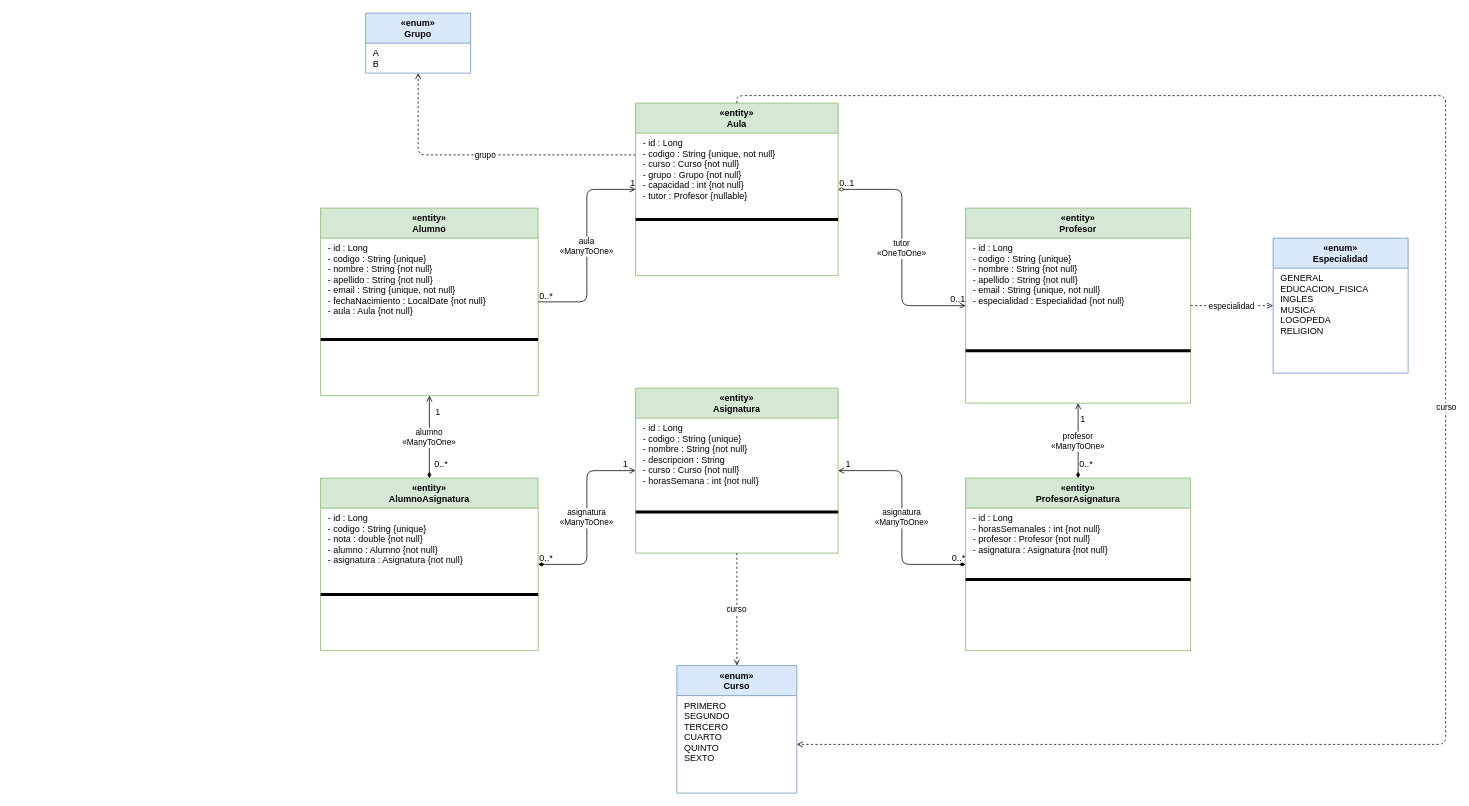
The draw.io diagram UML.drawio in guille463/AulaNet, before the edit. Source tidied: cells renumbered, new cells numbered last; positions are measured from the earlier drawing's top-left corner, leaving out a move shared by most shapes. Both pictures are drawn from the tidied source at 75%, with x=0, y=0 at pixel (320, 13).
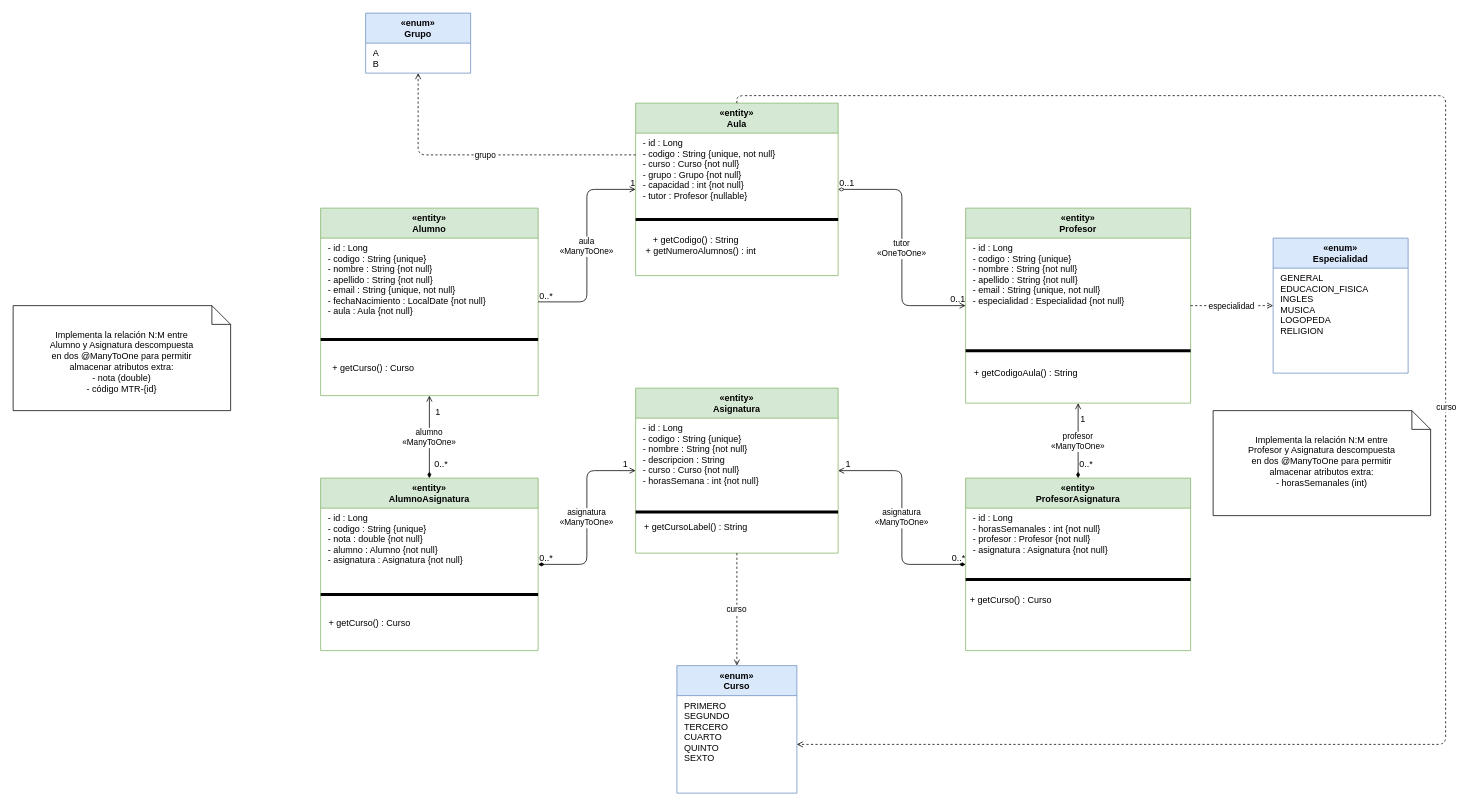
After the change.

Commit message:
docs: anotacion de las relaciones M:N y metodos relevantes

Unchanged cells that the change refers to:
```xml
<mxCell id="8" value="«entity»&#10;Aula" style="swimlane;startSize=40;fontStyle=1;align=center;fillColor=#d5e8d4;strokeColor=#82b366;" parent="1" vertex="1">
  <mxGeometry x="420" y="120" width="270" height="230" as="geometry" />
</mxCell>
<mxCell id="14" value="«entity»&#10;Asignatura" style="swimlane;startSize=40;fontStyle=1;align=center;fillColor=#d5e8d4;strokeColor=#82b366;" parent="1" vertex="1">
  <mxGeometry x="420" y="500" width="270" height="220" as="geometry" />
</mxCell>
<mxCell id="17" value="«entity»&#10;Profesor" style="swimlane;startSize=40;fontStyle=1;align=center;fillColor=#d5e8d4;strokeColor=#82b366;" parent="1" vertex="1">
  <mxGeometry x="860" y="260" width="300" height="260" as="geometry" />
</mxCell>
<mxCell id="20" value="«entity»&#10;AlumnoAsignatura" style="swimlane;startSize=40;fontStyle=1;align=center;fillColor=#d5e8d4;strokeColor=#82b366;" parent="1" vertex="1">
  <mxGeometry y="620" width="290" height="230" as="geometry" />
</mxCell>
```

Diff of the diagram source:
```diff
@@
+    <mxCell id="49" value="&lt;div&gt;&lt;font color=&quot;#000000&quot;&gt;+ getCodigo() : String&amp;nbsp; &amp;nbsp; &amp;nbsp;&amp;nbsp;&lt;/font&gt;&lt;/div&gt;&lt;div&gt;&lt;font color=&quot;#000000&quot;&gt;+ getNumeroAlumnos() : int&amp;nbsp;&amp;nbsp;&lt;/font&gt;&lt;/div&gt;" style="text;html=1;align=center;verticalAlign=middle;strokeColor=none;fillColor=none;" parent="8" vertex="1">
+      <mxGeometry y="170" width="180" height="40" as="geometry" />
+    </mxCell>
@@
+    <mxCell id="50" value="+ getCursoLabel() : String " style="text;html=1;align=center;verticalAlign=middle;strokeColor=none;fillColor=none;" parent="14" vertex="1">
+      <mxGeometry y="170" width="160" height="30" as="geometry" />
+    </mxCell>
@@
+    <mxCell id="51" value="+ getCodigoAula() : String" style="text;html=1;align=center;verticalAlign=middle;strokeColor=none;fillColor=none;" parent="17" vertex="1">
+      <mxGeometry y="205" width="160" height="30" as="geometry" />
+    </mxCell>
@@
+    <mxCell id="52" value="+ getCurso() : Curso " style="text;html=1;align=center;verticalAlign=middle;strokeColor=none;fillColor=none;" parent="20" vertex="1">
+      <mxGeometry y="178" width="130" height="30" as="geometry" />
+    </mxCell>
@@
+    <mxCell id="53" value="&lt;div&gt;&lt;font color=&quot;#000000&quot;&gt;Implementa la relación N:M entre&lt;/font&gt;&lt;/div&gt;&lt;div&gt;&lt;font color=&quot;#000000&quot;&gt;Alumno y Asignatura descompuesta&lt;/font&gt;&lt;/div&gt;&lt;div&gt;&lt;font color=&quot;#000000&quot;&gt;en dos @ManyToOne para permitir&lt;/font&gt;&lt;/div&gt;&lt;div&gt;&lt;font color=&quot;#000000&quot;&gt;almacenar atributos extra:&lt;/font&gt;&lt;/div&gt;&lt;div&gt;&lt;font color=&quot;#000000&quot;&gt;- nota (double)&lt;/font&gt;&lt;/div&gt;&lt;div&gt;&lt;font color=&quot;#000000&quot;&gt;- código MTR-{id}&lt;/font&gt;&lt;/div&gt;" style="shape=note2;boundedLbl=1;whiteSpace=wrap;html=1;size=25;verticalAlign=top;align=center;" parent="1" vertex="1">
+      <mxGeometry x="-410" y="390" width="290" height="140" as="geometry" />
+    </mxCell>
+    <mxCell id="54" value="&lt;div&gt;&lt;font color=&quot;#000000&quot;&gt;Implementa la relación N:M entre&lt;/font&gt;&lt;/div&gt;&lt;div&gt;&lt;font color=&quot;#000000&quot;&gt;Profesor y Asignatura descompuesta&lt;/font&gt;&lt;/div&gt;&lt;div&gt;&lt;font color=&quot;#000000&quot;&gt;en dos @ManyToOne para permitir&lt;/font&gt;&lt;/div&gt;&lt;div&gt;&lt;font color=&quot;#000000&quot;&gt;almacenar atributos extra:&lt;/font&gt;&lt;/div&gt;&lt;div&gt;&lt;font color=&quot;#000000&quot;&gt;- horasSemanales (int)&lt;/font&gt;&lt;/div&gt;" style="shape=note2;boundedLbl=1;whiteSpace=wrap;html=1;size=25;verticalAlign=top;align=center;" parent="1" vertex="1">
+      <mxGeometry x="1190" y="530" width="290" height="140" as="geometry" />
+    </mxCell>
+    <mxCell id="55" value="+ getCurso() : Curso" style="text;html=1;align=center;verticalAlign=middle;strokeColor=none;fillColor=none;" parent="1" vertex="1">
+      <mxGeometry x="5" y="458" width="130" height="30" as="geometry" />
+    </mxCell>
+    <mxCell id="56" value="+ getCurso() : Curso" style="text;html=1;align=center;verticalAlign=middle;strokeColor=none;fillColor=none;" parent="1" vertex="1">
+      <mxGeometry x="855" y="768" width="130" height="30" as="geometry" />
+    </mxCell>
```
